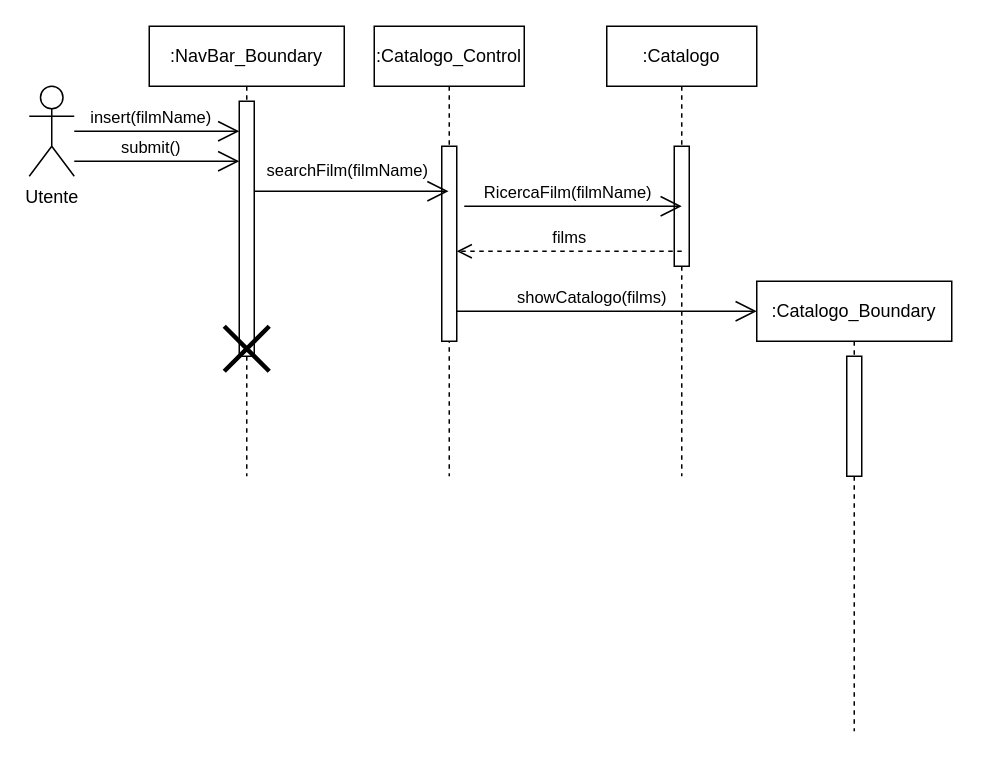
The draw.io diagram New Diagrams/Sequence Diagrams/UC02 Ricerca di un film.drawio in superfra01/Rated, before the edit. Source tidied: cells renumbered, new cells numbered last; positions are measured from the earlier drawing's top-left corner, leaving out a move shared by most shapes. Both pictures are drawn from the tidied source at 150%, with x=0, y=0 at pixel (28, 26).
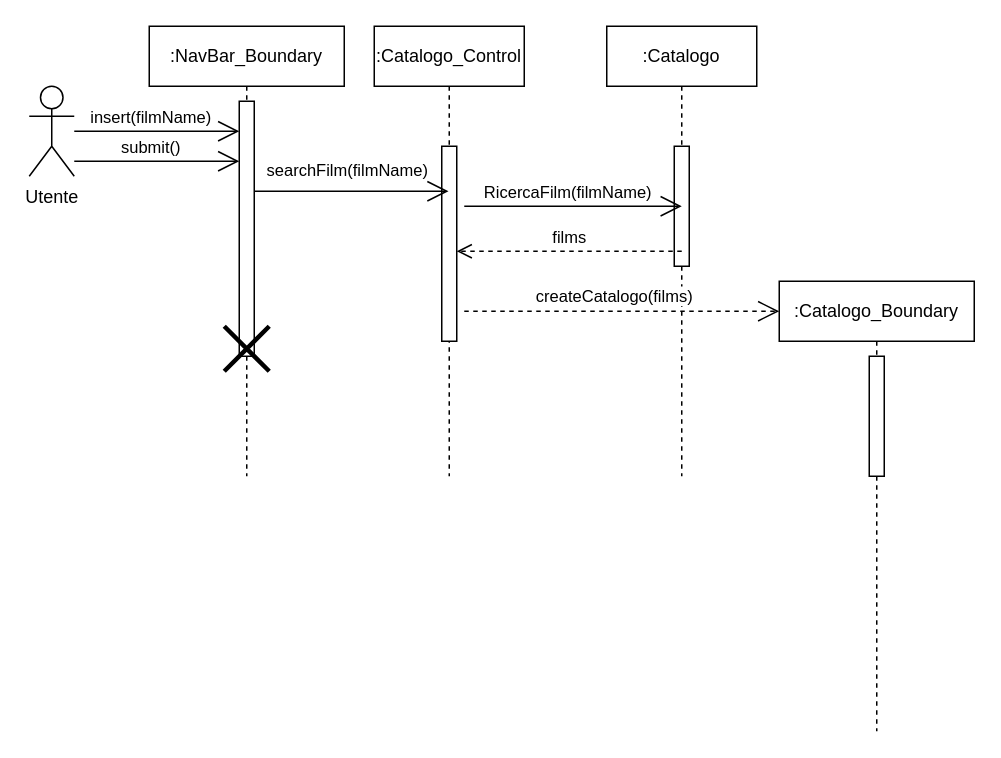
The same diagram, later.

Unchanged cells that the change refers to:
```xml
<mxCell id="11" style="html=1;points=[[0,0,0,0,5],[0,1,0,0,-5],[1,0,0,0,5],[1,1,0,0,-5]];perimeter=orthogonalPerimeter;outlineConnect=0;targetShapes=umlLifeline;portConstraint=eastwest;newEdgeStyle={&quot;curved&quot;:0,&quot;rounded&quot;:0};" parent="10" vertex="1">
  <mxGeometry x="45" y="80" width="10" height="130" as="geometry" />
</mxCell>
```

Change to the diagram source:
```diff
@@
     <mxCell id="14" value=":Catalogo_Boundary" style="shape=umlLifeline;perimeter=lifelinePerimeter;whiteSpace=wrap;html=1;newEdgeStyle={&quot;curved&quot;:0,&quot;rounded&quot;:0};" parent="1" vertex="1">
-      <mxGeometry x="485" y="170" width="130" height="300" as="geometry" />
+      <mxGeometry x="500" y="170" width="130" height="300" as="geometry" />
     </mxCell>
@@
-    <mxCell id="21" style="endArrow=open;endFill=1;endSize=12;html=1;rounded=0;" parent="1" edge="1" source="11">
-      <mxGeometry relative="1" as="geometry">
-        <mxPoint x="485" y="190" as="targetPoint" />
-      </mxGeometry>
-    </mxCell>
-    <mxCell id="22" value="showCatalogo(films)" style="edgeLabel;html=1;align=center;verticalAlign=middle;" parent="21" vertex="1">
-      <mxGeometry x="-0.11" y="4" relative="1" as="geometry">
-        <mxPoint y="-6" as="offset" />
-      </mxGeometry>
-    </mxCell>
+    <mxCell id="23" value="createCatalogo(films)" style="endArrow=open;endSize=12;dashed=1;html=1;rounded=0;" parent="1" edge="1">
+      <mxGeometry x="-0.05" y="10" relative="1" as="geometry">
+        <mxPoint x="290" y="190" as="sourcePoint" />
+        <mxPoint x="500" y="190" as="targetPoint" />
+      </mxGeometry>
+    </mxCell>
```
